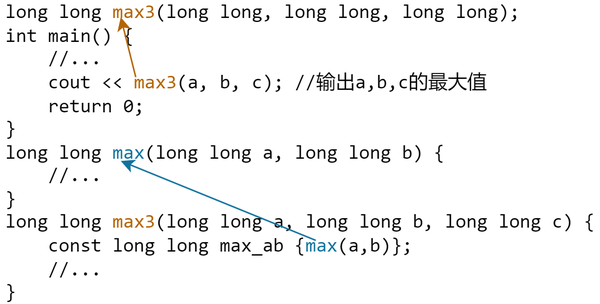
Above: images/generalized_parts/04_max3_code_logic.drawio.png in cppHusky/cppHusky-cpp-Tutorial (draw.io), before the change. Source tidied: cells renumbered, new cells last; positions are measured from the earlier drawing's top-left corner, leaving out a move shared by most shapes.
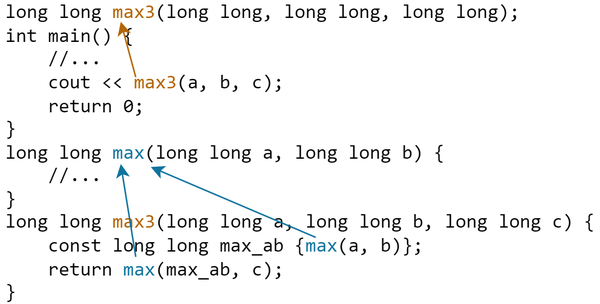
Above is the later version.

Change to the diagram source:
```diff
@@ -2,20 +2,24 @@
   <root>
     <mxCell id="0" />
     <mxCell id="1" parent="0" />
-    <mxCell id="2" value="&lt;div style=&quot;border-color: var(--border-color); font-family: Consolas, &amp;quot;Courier New&amp;quot;, monospace; font-size: 13px; text-align: left;&quot;&gt;long long &lt;font color=&quot;#b46504&quot;&gt;max3&lt;/font&gt;(long long, long long, long long);&lt;br style=&quot;border-color: var(--border-color);&quot;&gt;&lt;/div&gt;&lt;div style=&quot;border-color: var(--border-color); font-family: Consolas, &amp;quot;Courier New&amp;quot;, monospace; font-size: 13px; text-align: left;&quot;&gt;int main() {&lt;/div&gt;&lt;div style=&quot;border-color: var(--border-color); font-family: Consolas, &amp;quot;Courier New&amp;quot;, monospace; font-size: 13px; text-align: left;&quot;&gt;&amp;nbsp; &amp;nbsp; //...&lt;/div&gt;&lt;div style=&quot;border-color: var(--border-color); font-family: Consolas, &amp;quot;Courier New&amp;quot;, monospace; font-size: 13px; text-align: left;&quot;&gt;&amp;nbsp; &amp;nbsp; cout &amp;lt;&amp;lt; &lt;font color=&quot;#b46504&quot;&gt;max3&lt;/font&gt;(a, b, c); //输出a,b,c的最大值&lt;/div&gt;&lt;div style=&quot;border-color: var(--border-color); font-family: Consolas, &amp;quot;Courier New&amp;quot;, monospace; font-size: 13px; text-align: left;&quot;&gt;&amp;nbsp; &amp;nbsp; return 0;&lt;/div&gt;&lt;div style=&quot;border-color: var(--border-color); font-family: Consolas, &amp;quot;Courier New&amp;quot;, monospace; font-size: 13px; text-align: left;&quot;&gt;}&lt;/div&gt;&lt;div style=&quot;border-color: var(--border-color); font-family: Consolas, &amp;quot;Courier New&amp;quot;, monospace; font-size: 13px; text-align: left;&quot;&gt;long long &lt;font color=&quot;#10739e&quot;&gt;max&lt;/font&gt;(long long a, long long b) {&lt;/div&gt;&lt;div style=&quot;border-color: var(--border-color); font-family: Consolas, &amp;quot;Courier New&amp;quot;, monospace; font-size: 13px; text-align: left;&quot;&gt;&amp;nbsp; &amp;nbsp; //...&lt;/div&gt;&lt;div style=&quot;border-color: var(--border-color); font-family: Consolas, &amp;quot;Courier New&amp;quot;, monospace; font-size: 13px; text-align: left;&quot;&gt;}&lt;/div&gt;&lt;div style=&quot;border-color: var(--border-color); font-family: Consolas, &amp;quot;Courier New&amp;quot;, monospace; font-size: 13px; text-align: left;&quot;&gt;long long &lt;font color=&quot;#b46504&quot;&gt;max3&lt;/font&gt;(long long a, long long b, long long c) {&lt;/div&gt;&lt;div style=&quot;border-color: var(--border-color); font-family: Consolas, &amp;quot;Courier New&amp;quot;, monospace; font-size: 13px; text-align: left;&quot;&gt;&amp;nbsp; &amp;nbsp; const long long max_ab {&lt;font color=&quot;#10739e&quot;&gt;max&lt;/font&gt;(a,b)};&lt;/div&gt;&lt;div style=&quot;border-color: var(--border-color); font-family: Consolas, &amp;quot;Courier New&amp;quot;, monospace; font-size: 13px; text-align: left;&quot;&gt;&amp;nbsp; &amp;nbsp; //...&lt;/div&gt;&lt;div style=&quot;border-color: var(--border-color); font-family: Consolas, &amp;quot;Courier New&amp;quot;, monospace; font-size: 13px; text-align: left;&quot;&gt;}&lt;/div&gt;" style="text;html=1;strokeColor=none;fillColor=none;align=center;verticalAlign=middle;whiteSpace=wrap;rounded=0;" parent="1" vertex="1">
+    <mxCell id="2" value="&lt;div style=&quot;border-color: var(--border-color); font-family: Consolas, &amp;quot;Courier New&amp;quot;, monospace; font-size: 13px; text-align: left;&quot;&gt;long long &lt;font color=&quot;#b46504&quot;&gt;max3&lt;/font&gt;(long long, long long, long long);&lt;br style=&quot;border-color: var(--border-color);&quot;&gt;&lt;/div&gt;&lt;div style=&quot;border-color: var(--border-color); font-family: Consolas, &amp;quot;Courier New&amp;quot;, monospace; font-size: 13px; text-align: left;&quot;&gt;int main() {&lt;/div&gt;&lt;div style=&quot;border-color: var(--border-color); font-family: Consolas, &amp;quot;Courier New&amp;quot;, monospace; font-size: 13px; text-align: left;&quot;&gt;&amp;nbsp; &amp;nbsp; //...&lt;/div&gt;&lt;div style=&quot;border-color: var(--border-color); font-family: Consolas, &amp;quot;Courier New&amp;quot;, monospace; font-size: 13px; text-align: left;&quot;&gt;&amp;nbsp; &amp;nbsp; cout &amp;lt;&amp;lt; &lt;font color=&quot;#b46504&quot;&gt;max3&lt;/font&gt;(a, b, c);&lt;/div&gt;&lt;div style=&quot;border-color: var(--border-color); font-family: Consolas, &amp;quot;Courier New&amp;quot;, monospace; font-size: 13px; text-align: left;&quot;&gt;&amp;nbsp; &amp;nbsp; return 0;&lt;/div&gt;&lt;div style=&quot;border-color: var(--border-color); font-family: Consolas, &amp;quot;Courier New&amp;quot;, monospace; font-size: 13px; text-align: left;&quot;&gt;}&lt;/div&gt;&lt;div style=&quot;border-color: var(--border-color); font-family: Consolas, &amp;quot;Courier New&amp;quot;, monospace; font-size: 13px; text-align: left;&quot;&gt;long long &lt;font color=&quot;#10739e&quot;&gt;max&lt;/font&gt;(long long a, long long b) {&lt;/div&gt;&lt;div style=&quot;border-color: var(--border-color); font-family: Consolas, &amp;quot;Courier New&amp;quot;, monospace; font-size: 13px; text-align: left;&quot;&gt;&amp;nbsp; &amp;nbsp; //...&lt;/div&gt;&lt;div style=&quot;border-color: var(--border-color); font-family: Consolas, &amp;quot;Courier New&amp;quot;, monospace; font-size: 13px; text-align: left;&quot;&gt;}&lt;/div&gt;&lt;div style=&quot;border-color: var(--border-color); font-family: Consolas, &amp;quot;Courier New&amp;quot;, monospace; font-size: 13px; text-align: left;&quot;&gt;long long &lt;font color=&quot;#b46504&quot;&gt;max3&lt;/font&gt;(long long a, long long b, long long c) {&lt;/div&gt;&lt;div style=&quot;border-color: var(--border-color); font-family: Consolas, &amp;quot;Courier New&amp;quot;, monospace; font-size: 13px; text-align: left;&quot;&gt;&amp;nbsp; &amp;nbsp; const long long max_ab {&lt;font color=&quot;#10739e&quot;&gt;max&lt;/font&gt;(a, b)};&lt;/div&gt;&lt;div style=&quot;border-color: var(--border-color); font-family: Consolas, &amp;quot;Courier New&amp;quot;, monospace; font-size: 13px; text-align: left;&quot;&gt;&amp;nbsp; &amp;nbsp; return &lt;font color=&quot;#10739e&quot;&gt;max&lt;/font&gt;(max_ab, c);&lt;/div&gt;&lt;div style=&quot;border-color: var(--border-color); font-family: Consolas, &amp;quot;Courier New&amp;quot;, monospace; font-size: 13px; text-align: left;&quot;&gt;}&lt;/div&gt;" style="text;html=1;strokeColor=none;fillColor=none;align=center;verticalAlign=middle;whiteSpace=wrap;rounded=0;" parent="1" vertex="1">
       <mxGeometry width="400" height="200" as="geometry" />
     </mxCell>
-    <mxCell id="3" style="endArrow=classic;html=1;rounded=0;fillColor=#ffe6cc;strokeColor=#10739E;" parent="1" edge="1">
+    <mxCell id="3" style="endArrow=classic;html=1;rounded=0;fillColor=#ffe6cc;strokeColor=#10739E;entryX=0.25;entryY=0.55;entryDx=0;entryDy=0;entryPerimeter=0;" parent="1" edge="1" target="2">
       <mxGeometry relative="1" as="geometry">
-        <mxPoint x="210" y="159" as="sourcePoint" />
-        <mxPoint x="80" y="106" as="targetPoint" />
+        <mxPoint x="210" y="157" as="sourcePoint" />
       </mxGeometry>
     </mxCell>
     <mxCell id="4" style="endArrow=classic;html=1;rounded=0;fillColor=#fad7ac;strokeColor=#b46504;" parent="1" edge="1">
       <mxGeometry relative="1" as="geometry">
         <mxPoint x="90" y="50" as="sourcePoint" />
-        <mxPoint x="80" y="10" as="targetPoint" />
+        <mxPoint x="80" y="13" as="targetPoint" />
       </mxGeometry>
     </mxCell>
+    <mxCell id="5" style="endArrow=classic;html=1;rounded=0;fillColor=#ffe6cc;strokeColor=#10739E;exitX=0.225;exitY=0.85;exitDx=0;exitDy=0;exitPerimeter=0;" parent="1" edge="1" source="2">
+      <mxGeometry relative="1" as="geometry">
+        <mxPoint x="80" y="108" as="targetPoint" />
+      </mxGeometry>
+    </mxCell>
   </root>
 </mxGraphModel>
```
